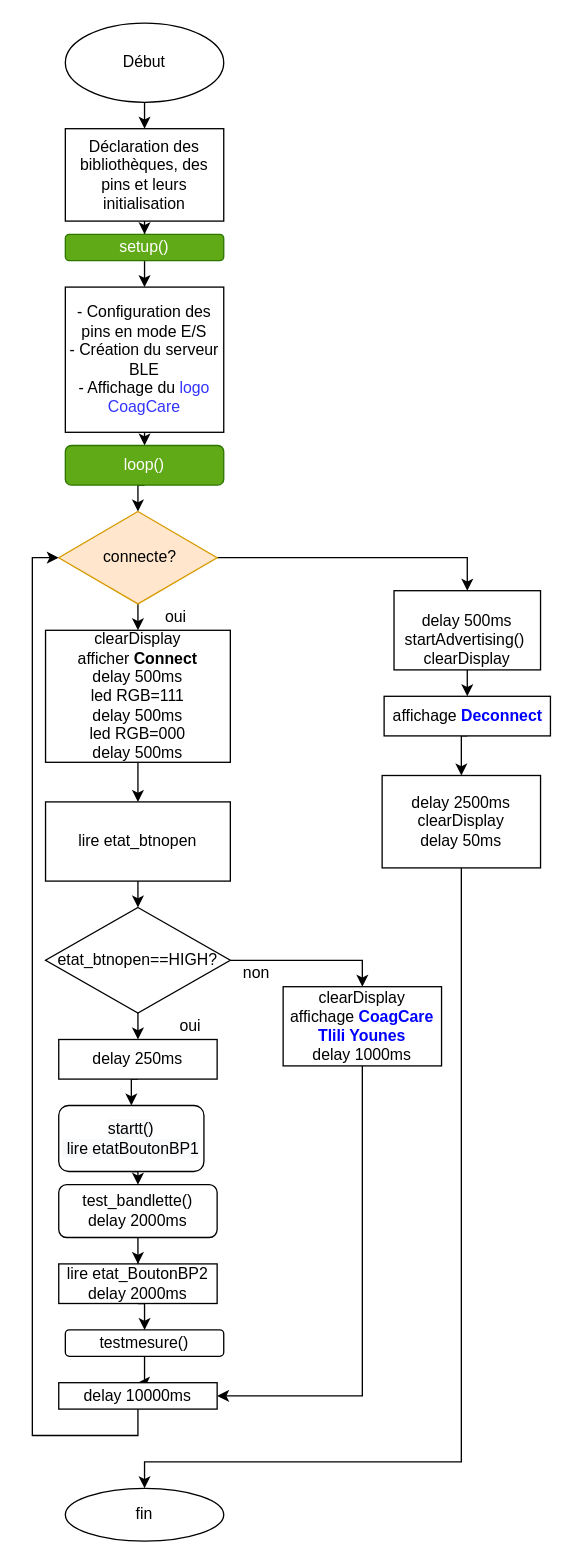
Above: page "Page-1" (1 of 5) of Untitled Diagram.drawio in tliliyounes/GeekTrainer_Python (draw.io), before the change. Source tidied: cells renumbered, new cells numbered last; positions are measured from the earlier drawing's top-left corner, leaving out a move shared by most shapes. Both pictures are drawn from the tidied source at 132%, with x=0, y=0 at pixel (45, 22).
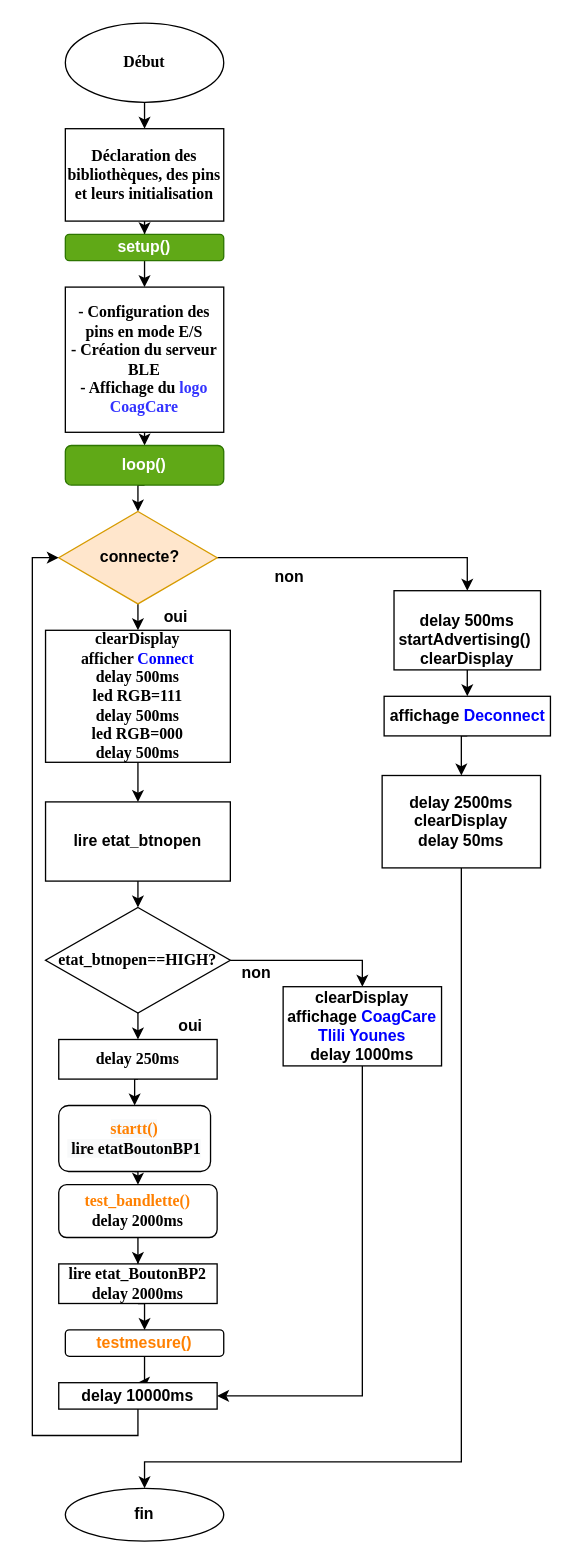
The same diagram, later.

What changed in the source:
```diff
@@
-    <mxCell id="3" value="Début" style="ellipse;whiteSpace=wrap;html=1;" parent="1" vertex="1">
+    <mxCell id="3" value="&lt;b&gt;&lt;font face=&quot;Times New Roman&quot;&gt;Début&lt;/font&gt;&lt;/b&gt;" style="ellipse;whiteSpace=wrap;html=1;" parent="1" vertex="1">
       <mxGeometry x="15" width="120" height="60" as="geometry" />
     </mxCell>
@@
-    <mxCell id="5" value="Déclaration des bibliothèques, des pins et leurs initialisation" style="rounded=0;whiteSpace=wrap;html=1;" parent="1" vertex="1">
+    <mxCell id="5" value="&lt;b&gt;&lt;font face=&quot;Times New Roman&quot;&gt;Déclaration des bibliothèques, des pins et leurs initialisation&lt;/font&gt;&lt;/b&gt;" style="rounded=0;whiteSpace=wrap;html=1;" parent="1" vertex="1">
       <mxGeometry x="15" y="80" width="120" height="70" as="geometry" />
     </mxCell>
@@
-    <mxCell id="7" value="- Configuration des pins en mode E/S&lt;br&gt;- Création du serveur BLE&lt;br&gt;- Affichage du &lt;font color=&quot;#3333ff&quot;&gt;logo CoagCare&lt;/font&gt;" style="rounded=0;whiteSpace=wrap;html=1;" parent="1" vertex="1">
+    <mxCell id="7" value="&lt;b&gt;&lt;font face=&quot;Times New Roman&quot;&gt;- Configuration des pins en mode E/S&lt;br&gt;- Création du serveur BLE&lt;br&gt;- Affichage du &lt;font color=&quot;#3333ff&quot;&gt;logo CoagCare&lt;/font&gt;&lt;/font&gt;&lt;/b&gt;" style="rounded=0;whiteSpace=wrap;html=1;" parent="1" vertex="1">
       <mxGeometry x="15" y="200" width="120" height="110" as="geometry" />
     </mxCell>
@@
-    <mxCell id="9" value="setup()" style="rounded=1;whiteSpace=wrap;html=1;fillColor=#60a917;strokeColor=#2D7600;fontColor=#ffffff;" parent="1" vertex="1">
+    <mxCell id="9" value="&lt;b&gt;setup()&lt;/b&gt;" style="rounded=1;whiteSpace=wrap;html=1;fillColor=#60a917;strokeColor=#2D7600;fontColor=#ffffff;" parent="1" vertex="1">
       <mxGeometry x="15" y="160" width="120" height="20" as="geometry" />
     </mxCell>
@@
-    <mxCell id="11" value="loop()" style="rounded=1;whiteSpace=wrap;html=1;fillColor=#60a917;strokeColor=#2D7600;fontColor=#ffffff;" parent="1" vertex="1">
+    <mxCell id="11" value="&lt;b&gt;loop()&lt;/b&gt;" style="rounded=1;whiteSpace=wrap;html=1;fillColor=#60a917;strokeColor=#2D7600;fontColor=#ffffff;" parent="1" vertex="1">
       <mxGeometry x="15" y="320" width="120" height="30" as="geometry" />
     </mxCell>
@@
-    <mxCell id="14" value="&amp;nbsp;connecte?" style="rhombus;whiteSpace=wrap;html=1;fillColor=#ffe6cc;strokeColor=#d79b00;" parent="1" vertex="1">
+    <mxCell id="14" value="&lt;b&gt;&amp;nbsp;connecte?&lt;/b&gt;" style="rhombus;whiteSpace=wrap;html=1;fillColor=#ffe6cc;strokeColor=#d79b00;" parent="1" vertex="1">
       <mxGeometry x="10" y="370" width="120" height="70" as="geometry" />
     </mxCell>
-    <mxCell id="15" value="oui" style="text;html=1;strokeColor=none;fillColor=none;align=center;verticalAlign=middle;whiteSpace=wrap;rounded=0;" parent="1" vertex="1">
+    <mxCell id="15" value="&lt;b&gt;oui&lt;/b&gt;" style="text;html=1;strokeColor=none;fillColor=none;align=center;verticalAlign=middle;whiteSpace=wrap;rounded=0;" parent="1" vertex="1">
       <mxGeometry x="79" y="440" width="40" height="20" as="geometry" />
     </mxCell>
@@
-    <mxCell id="17" value="clearDisplay&lt;br&gt;afficher &lt;b&gt;Connect&lt;/b&gt;&lt;br&gt;delay 500ms&lt;br&gt;led RGB=111&lt;br&gt;delay 500ms&lt;br&gt;led RGB=000&lt;br&gt;delay 500ms" style="rounded=0;whiteSpace=wrap;html=1;" parent="1" vertex="1">
+    <mxCell id="17" value="&lt;b&gt;&lt;font face=&quot;Times New Roman&quot;&gt;clearDisplay&lt;br&gt;afficher &lt;font color=&quot;#0000ff&quot;&gt;Connect&lt;/font&gt;&lt;br&gt;delay 500ms&lt;br&gt;led RGB=111&lt;br&gt;delay 500ms&lt;br&gt;led RGB=000&lt;br&gt;delay 500ms&lt;/font&gt;&lt;/b&gt;" style="rounded=0;whiteSpace=wrap;html=1;" parent="1" vertex="1">
       <mxGeometry y="460" width="140" height="100" as="geometry" />
     </mxCell>
@@
-    <mxCell id="19" value="lire etat_btnopen" style="rounded=0;whiteSpace=wrap;html=1;" parent="1" vertex="1">
+    <mxCell id="19" value="&lt;b&gt;lire etat_btnopen&lt;/b&gt;" style="rounded=0;whiteSpace=wrap;html=1;" parent="1" vertex="1">
       <mxGeometry y="590" width="140" height="60" as="geometry" />
     </mxCell>
@@
-    <mxCell id="22" value="etat_btnopen==HIGH?" style="rhombus;whiteSpace=wrap;html=1;" parent="1" vertex="1">
+    <mxCell id="22" value="&lt;b&gt;&lt;font face=&quot;Times New Roman&quot;&gt;etat_btnopen==HIGH?&lt;/font&gt;&lt;/b&gt;" style="rhombus;whiteSpace=wrap;html=1;" parent="1" vertex="1">
       <mxGeometry y="670" width="140" height="80" as="geometry" />
     </mxCell>
-    <mxCell id="23" value="non" style="text;html=1;strokeColor=none;fillColor=none;align=center;verticalAlign=middle;whiteSpace=wrap;rounded=0;" parent="1" vertex="1">
+    <mxCell id="23" value="&lt;b&gt;non&lt;/b&gt;" style="text;html=1;strokeColor=none;fillColor=none;align=center;verticalAlign=middle;whiteSpace=wrap;rounded=0;" parent="1" vertex="1">
       <mxGeometry x="140" y="710" width="40" height="20" as="geometry" />
     </mxCell>
-    <mxCell id="24" value="oui" style="text;html=1;strokeColor=none;fillColor=none;align=center;verticalAlign=middle;whiteSpace=wrap;rounded=0;" parent="1" vertex="1">
+    <mxCell id="24" value="&lt;b&gt;oui&lt;/b&gt;" style="text;html=1;strokeColor=none;fillColor=none;align=center;verticalAlign=middle;whiteSpace=wrap;rounded=0;" parent="1" vertex="1">
       <mxGeometry x="90" y="750" width="40" height="20" as="geometry" />
     </mxCell>
@@
-    <mxCell id="26" value="test_bandlette()&lt;br&gt;delay 2000ms" style="rounded=1;whiteSpace=wrap;html=1;" parent="1" vertex="1">
+    <mxCell id="26" value="&lt;b&gt;&lt;font face=&quot;Times New Roman&quot;&gt;&lt;font color=&quot;#ff8000&quot;&gt;test_bandlette()&lt;br&gt;&lt;/font&gt;delay 2000ms&lt;/font&gt;&lt;/b&gt;" style="rounded=1;whiteSpace=wrap;html=1;" parent="1" vertex="1">
       <mxGeometry x="10" y="880" width="120" height="40" as="geometry" />
     </mxCell>
@@
-    <mxCell id="28" value="lire etat_BoutonBP2&lt;br&gt;delay 2000ms" style="rounded=0;whiteSpace=wrap;html=1;" parent="1" vertex="1">
+    <mxCell id="28" value="&lt;b&gt;&lt;font face=&quot;Times New Roman&quot;&gt;lire etat_BoutonBP2&lt;br&gt;delay 2000ms&lt;/font&gt;&lt;/b&gt;" style="rounded=0;whiteSpace=wrap;html=1;" parent="1" vertex="1">
       <mxGeometry x="10" y="940" width="120" height="30" as="geometry" />
     </mxCell>
@@
-    <mxCell id="30" value="testmesure()" style="rounded=1;whiteSpace=wrap;html=1;" parent="1" vertex="1">
+    <mxCell id="30" value="&lt;font color=&quot;#ff8000&quot;&gt;&lt;b&gt;testmesure()&lt;/b&gt;&lt;/font&gt;" style="rounded=1;whiteSpace=wrap;html=1;" parent="1" vertex="1">
       <mxGeometry x="15" y="990" width="120" height="20" as="geometry" />
     </mxCell>
@@
-    <mxCell id="32" value="&lt;span style=&quot;color: rgb(0 , 0 , 0) ; font-family: &amp;#34;helvetica&amp;#34; ; font-size: 12px ; font-style: normal ; font-weight: 400 ; letter-spacing: normal ; text-align: center ; text-indent: 0px ; text-transform: none ; word-spacing: 0px ; background-color: rgb(248 , 249 , 250) ; display: inline ; float: none&quot;&gt;startt()&lt;br&gt;&lt;/span&gt;&lt;span style=&quot;color: rgb(0 , 0 , 0) ; font-family: &amp;#34;helvetica&amp;#34; ; font-size: 12px ; font-style: normal ; font-weight: 400 ; letter-spacing: normal ; text-align: center ; text-indent: 0px ; text-transform: none ; word-spacing: 0px ; background-color: rgb(248 , 249 , 250) ; display: inline ; float: none&quot;&gt;&amp;nbsp;lire etatBoutonBP1&lt;/span&gt;" style="rounded=1;whiteSpace=wrap;html=1;" parent="1" vertex="1">
-      <mxGeometry x="10" y="820" width="110" height="50" as="geometry" />
+    <mxCell id="32" value="&lt;b&gt;&lt;font face=&quot;Times New Roman&quot;&gt;&lt;span style=&quot;font-size: 12px ; font-style: normal ; letter-spacing: normal ; text-align: center ; text-indent: 0px ; text-transform: none ; word-spacing: 0px ; background-color: rgb(248 , 249 , 250) ; display: inline ; float: none&quot;&gt;&lt;font color=&quot;#ff8000&quot;&gt;startt()&lt;/font&gt;&lt;br&gt;&lt;/span&gt;&lt;span style=&quot;color: rgb(0 , 0 , 0) ; font-size: 12px ; font-style: normal ; letter-spacing: normal ; text-align: center ; text-indent: 0px ; text-transform: none ; word-spacing: 0px ; background-color: rgb(248 , 249 , 250) ; display: inline ; float: none&quot;&gt;&amp;nbsp;lire etatBoutonBP1&lt;/span&gt;&lt;/font&gt;&lt;/b&gt;" style="rounded=1;whiteSpace=wrap;html=1;" parent="1" vertex="1">
+      <mxGeometry x="10" y="820" width="115" height="50" as="geometry" />
     </mxCell>
@@
-    <mxCell id="34" value="delay 250ms" style="rounded=0;whiteSpace=wrap;html=1;" parent="1" vertex="1">
+    <mxCell id="34" value="&lt;b&gt;&lt;font face=&quot;Times New Roman&quot;&gt;delay 250ms&lt;/font&gt;&lt;/b&gt;" style="rounded=0;whiteSpace=wrap;html=1;" parent="1" vertex="1">
       <mxGeometry x="10" y="770" width="120" height="30" as="geometry" />
     </mxCell>
@@
-    <mxCell id="36" value="clearDisplay&lt;br&gt;affichage &lt;b&gt;&lt;font color=&quot;#0000ff&quot;&gt;CoagCare Tlili Younes&lt;/font&gt;&lt;/b&gt;&lt;br&gt;delay 1000ms" style="rounded=0;whiteSpace=wrap;html=1;" parent="1" vertex="1">
+    <mxCell id="36" value="&lt;b&gt;clearDisplay&lt;br&gt;affichage &lt;font color=&quot;#0000ff&quot;&gt;CoagCare Tlili Younes&lt;/font&gt;&lt;br&gt;delay 1000ms&lt;/b&gt;" style="rounded=0;whiteSpace=wrap;html=1;" parent="1" vertex="1">
       <mxGeometry x="180" y="730" width="120" height="60" as="geometry" />
     </mxCell>
@@
-    <mxCell id="38" value="delay 10000ms" style="rounded=0;whiteSpace=wrap;html=1;" parent="1" vertex="1">
+    <mxCell id="38" value="&lt;b&gt;delay 10000ms&lt;/b&gt;" style="rounded=0;whiteSpace=wrap;html=1;" parent="1" vertex="1">
       <mxGeometry x="10" y="1030" width="120" height="20" as="geometry" />
     </mxCell>
@@
-    <mxCell id="40" value="&lt;br&gt;delay 500ms&lt;br&gt;startAdvertising()&amp;nbsp;&lt;br&gt;clearDisplay&lt;br&gt;" style="rounded=0;whiteSpace=wrap;html=1;" parent="1" vertex="1">
+    <mxCell id="40" value="&lt;b&gt;&lt;br&gt;delay 500ms&lt;br&gt;startAdvertising()&amp;nbsp;&lt;br&gt;clearDisplay&lt;/b&gt;" style="rounded=0;whiteSpace=wrap;html=1;" parent="1" vertex="1">
       <mxGeometry x="264" y="430" width="111" height="60" as="geometry" />
     </mxCell>
@@
-    <mxCell id="42" value="&lt;span&gt;affichage&amp;nbsp;&lt;/span&gt;&lt;font color=&quot;#0000ff&quot; style=&quot;font-weight: bold&quot;&gt;Deconnect&lt;/font&gt;&lt;br&gt;" style="rounded=0;whiteSpace=wrap;html=1;" parent="1" vertex="1">
+    <mxCell id="42" value="&lt;b&gt;&lt;span&gt;affichage&amp;nbsp;&lt;/span&gt;&lt;font color=&quot;#0000ff&quot;&gt;Deconnect&lt;/font&gt;&lt;/b&gt;" style="rounded=0;whiteSpace=wrap;html=1;" parent="1" vertex="1">
       <mxGeometry x="256.5" y="510" width="126" height="30" as="geometry" />
     </mxCell>
@@
-    <mxCell id="44" value="&lt;span&gt;delay 2500ms&lt;/span&gt;&lt;br&gt;&lt;span&gt;clearDisplay&lt;br&gt;delay 50ms&lt;br&gt;&lt;/span&gt;" style="rounded=0;whiteSpace=wrap;html=1;" parent="1" vertex="1">
+    <mxCell id="44" value="&lt;b&gt;&lt;span&gt;delay 2500ms&lt;/span&gt;&lt;br&gt;&lt;/b&gt;&lt;span&gt;&lt;b&gt;clearDisplay&lt;br&gt;delay 50ms&lt;/b&gt;&lt;br&gt;&lt;/span&gt;" style="rounded=0;whiteSpace=wrap;html=1;" parent="1" vertex="1">
       <mxGeometry x="255" y="570" width="120" height="70" as="geometry" />
     </mxCell>
-    <mxCell id="45" value="fin" style="ellipse;whiteSpace=wrap;html=1;" parent="1" vertex="1">
+    <mxCell id="45" value="&lt;b&gt;fin&lt;/b&gt;" style="ellipse;whiteSpace=wrap;html=1;" parent="1" vertex="1">
       <mxGeometry x="15" y="1110" width="120" height="40" as="geometry" />
     </mxCell>
+    <mxCell id="46" value="&lt;b&gt;non&lt;/b&gt;" style="text;html=1;strokeColor=none;fillColor=none;align=center;verticalAlign=middle;whiteSpace=wrap;rounded=0;" parent="1" vertex="1">
+      <mxGeometry x="165" y="410" width="40" height="20" as="geometry" />
+    </mxCell>
```
